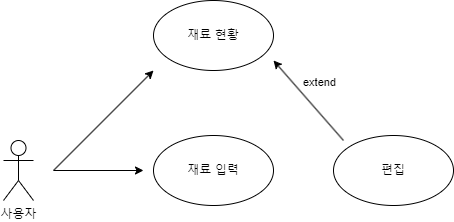
This is 수정/재료 관리-수정.png from Yoon-jae-min/UsecaseDiagram, a draw.io export, as it was before one commit. Source tidied: cells renumbered, new cells last; positions are measured from the earlier drawing's top-left corner, leaving out a move shared by most shapes.
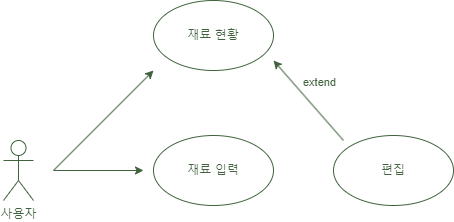
After the commit.

Commit message:
재료 관리-수정.png 업데이트

Diff of the diagram source:
```diff
@@ -2,31 +2,31 @@
   <root>
     <mxCell id="0" />
     <mxCell id="1" parent="0" />
-    <mxCell id="2" value="사용자" style="shape=umlActor;verticalLabelPosition=bottom;verticalAlign=top;html=1;fillColor=none;" parent="1" vertex="1">
+    <mxCell id="2" value="사용자" style="shape=umlActor;verticalLabelPosition=bottom;verticalAlign=top;html=1;fillColor=none;strokeColor=#40623d;fontColor=#40623d;" parent="1" vertex="1">
       <mxGeometry y="140" width="30" height="60" as="geometry" />
     </mxCell>
-    <mxCell id="3" value="재료 현황" style="ellipse;whiteSpace=wrap;html=1;fillColor=none;" parent="1" vertex="1">
+    <mxCell id="3" value="재료 현황" style="ellipse;whiteSpace=wrap;html=1;fillColor=none;strokeColor=#40623d;fontColor=#40623d;" parent="1" vertex="1">
       <mxGeometry x="150" width="120" height="70" as="geometry" />
     </mxCell>
-    <mxCell id="4" value="재료 입력" style="ellipse;whiteSpace=wrap;html=1;fillColor=none;" parent="1" vertex="1">
+    <mxCell id="4" value="재료 입력" style="ellipse;whiteSpace=wrap;html=1;fillColor=none;strokeColor=#40623d;fontColor=#40623d;" parent="1" vertex="1">
       <mxGeometry x="150" y="135" width="120" height="70" as="geometry" />
     </mxCell>
-    <mxCell id="5" value="편집" style="ellipse;whiteSpace=wrap;html=1;fillColor=none;" parent="1" vertex="1">
+    <mxCell id="5" value="편집" style="ellipse;whiteSpace=wrap;html=1;fillColor=none;strokeColor=#40623d;fontColor=#40623d;" parent="1" vertex="1">
       <mxGeometry x="330" y="135" width="120" height="70" as="geometry" />
     </mxCell>
-    <mxCell id="6" style="endArrow=classic;html=1;rounded=0;labelBackgroundColor=none;" parent="1" edge="1">
+    <mxCell id="6" style="endArrow=classic;html=1;rounded=0;labelBackgroundColor=none;strokeColor=#40623d;fontColor=#40623d;" parent="1" edge="1">
       <mxGeometry relative="1" as="geometry">
         <mxPoint x="50" y="170" as="sourcePoint" />
         <mxPoint x="150" y="70" as="targetPoint" />
       </mxGeometry>
     </mxCell>
-    <mxCell id="7" style="endArrow=classic;html=1;rounded=0;labelBackgroundColor=none;" parent="1" edge="1">
+    <mxCell id="7" style="endArrow=classic;html=1;rounded=0;labelBackgroundColor=none;strokeColor=#40623d;fontColor=#40623d;" parent="1" edge="1">
       <mxGeometry relative="1" as="geometry">
         <mxPoint x="50" y="170" as="sourcePoint" />
         <mxPoint x="140" y="170" as="targetPoint" />
       </mxGeometry>
     </mxCell>
-    <mxCell id="8" value="extend" style="endArrow=classic;html=1;rounded=0;labelBackgroundColor=none;" parent="1" edge="1">
+    <mxCell id="8" value="extend" style="endArrow=classic;html=1;rounded=0;labelBackgroundColor=none;strokeColor=#40623d;fontColor=#40623d;" parent="1" edge="1">
       <mxGeometry x="0.1" y="-20" relative="1" as="geometry">
         <mxPoint x="340" y="140" as="sourcePoint" />
         <mxPoint x="270" y="60" as="targetPoint" />
```
